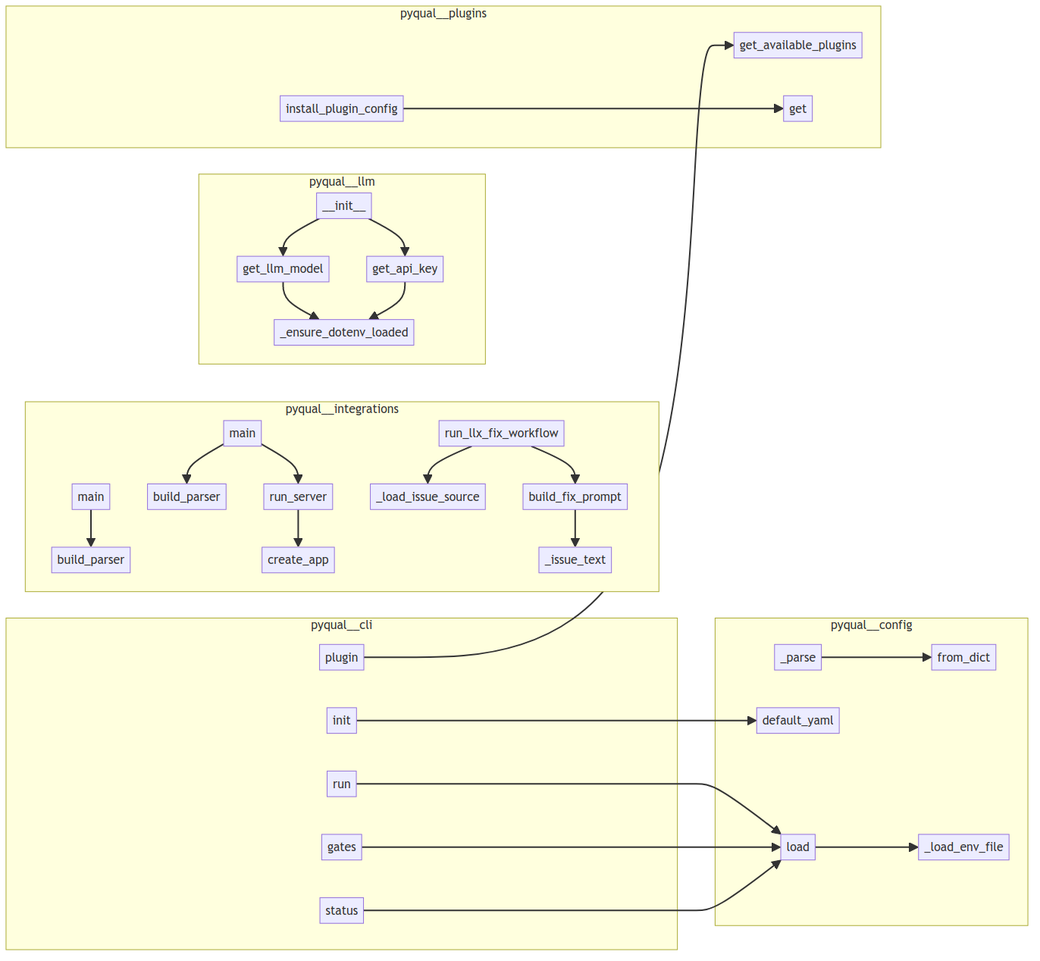
This is project/calls.png from semcod/pyqual, a Mermaid export, as it was before one commit. Its source is kept beside it as project/calls.mmd.
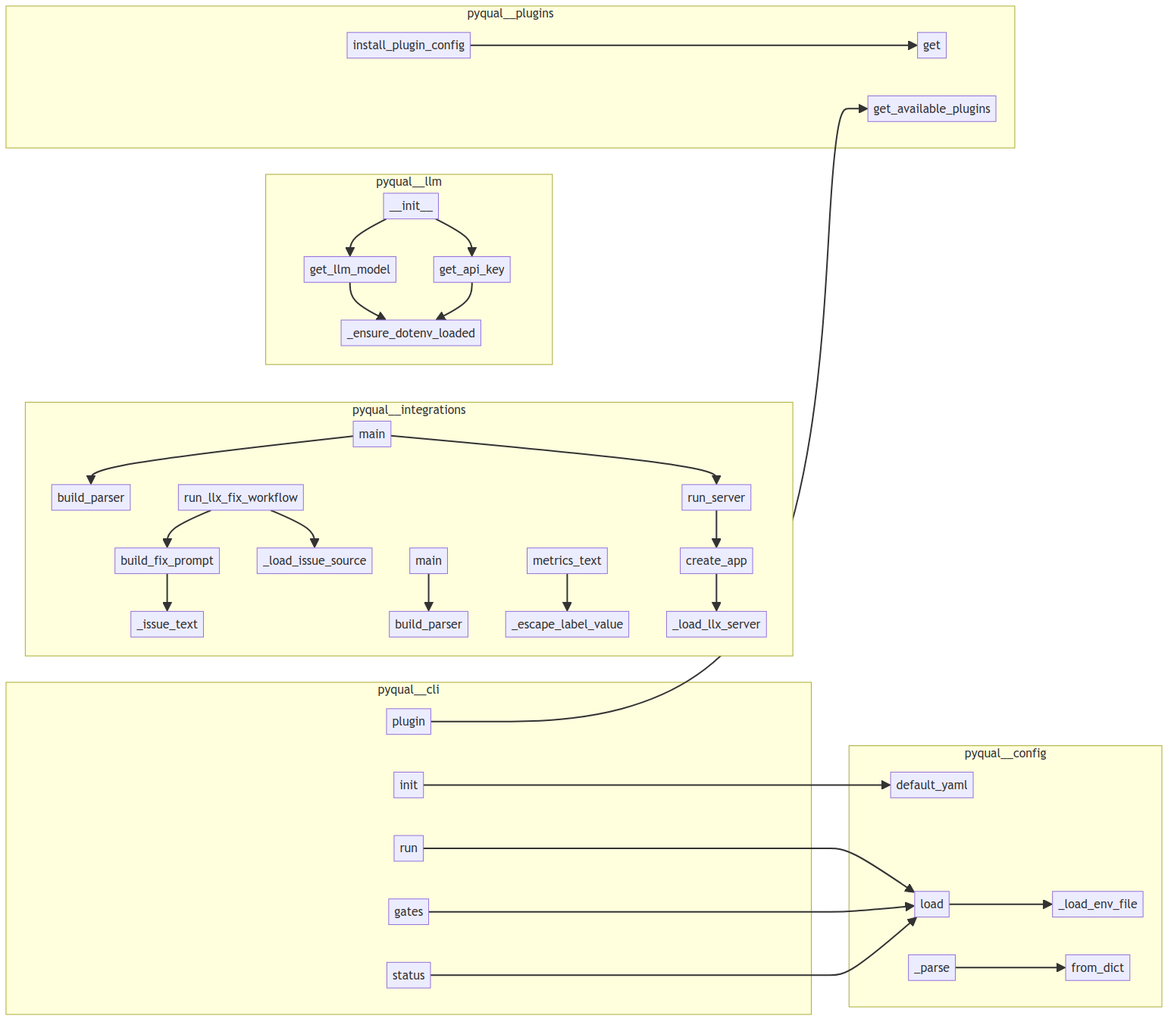
The same file after the commit.

What changed in the source:
```diff
@@ -1,57 +1,62 @@
 flowchart LR
     subgraph pyqual__cli
-        pyqual__cli__init["init"]
-        pyqual__cli__gates["gates"]
-        pyqual__cli__run["run"]
         pyqual__cli__status["status"]
         pyqual__cli__plugin["plugin"]
+        pyqual__cli__init["init"]
+        pyqual__cli__run["run"]
+        pyqual__cli__gates["gates"]
     end
     subgraph pyqual__config
+        pyqual__config___load_env_file["_load_env_file"]
+        pyqual__config__PyqualConfig__default_yaml["default_yaml"]
         pyqual__config__PyqualConfig___parse["_parse"]
-        pyqual__config__PyqualConfig__default_yaml["default_yaml"]
         pyqual__config__GateConfig__from_dict["from_dict"]
         pyqual__config__PyqualConfig__load["load"]
-        pyqual__config___load_env_file["_load_env_file"]
     end
     subgraph pyqual__integrations
+        pyqual__integrations__llx_mcp_service__build_parser["build_parser"]
+        pyqual__integrations__llx_mcp_service__create_app["create_app"]
+        pyqual__integrations__llx_mcp_service__run_server["run_server"]
+        pyqual__integrations__llx_mcp_service___load_llx_server["_load_llx_server"]
+        pyqual__integrations__llx_mcp__main["main"]
+        pyqual__integrations__llx_mcp___load_issue_source["_load_issue_source"]
+        pyqual__integrations__llx_mcp_service___escape_label_value["_escape_label_value"]
+        pyqual__integrations__llx_mcp__build_fix_prompt["build_fix_prompt"]
+        pyqual__integrations__llx_mcp_service__McpServiceState__metrics_text["metrics_text"]
+        pyqual__integrations__llx_mcp___issue_text["_issue_text"]
         pyqual__integrations__llx_mcp__build_parser["build_parser"]
         pyqual__integrations__llx_mcp__run_llx_fix_workflow["run_llx_fix_workflow"]
         pyqual__integrations__llx_mcp_service__main["main"]
-        pyqual__integrations__llx_mcp_service__build_parser["build_parser"]
-        pyqual__integrations__llx_mcp_service__create_app["create_app"]
-        pyqual__integrations__llx_mcp_service__run_server["run_server"]
-        pyqual__integrations__llx_mcp___load_issue_source["_load_issue_source"]
-        pyqual__integrations__llx_mcp___issue_text["_issue_text"]
-        pyqual__integrations__llx_mcp__build_fix_prompt["build_fix_prompt"]
-        pyqual__integrations__llx_mcp__main["main"]
     end
     subgraph pyqual__llm
-        pyqual__llm__LLM____init__["__init__"]
         pyqual__llm___ensure_dotenv_loaded["_ensure_dotenv_loaded"]
         pyqual__llm__get_api_key["get_api_key"]
+        pyqual__llm__LLM____init__["__init__"]
         pyqual__llm__get_llm_model["get_llm_model"]
     end
     subgraph pyqual__plugins
+        pyqual__plugins__PluginRegistry__get["get"]
         pyqual__plugins__install_plugin_config["install_plugin_config"]
         pyqual__plugins__get_available_plugins["get_available_plugins"]
-        pyqual__plugins__PluginRegistry__get["get"]
     end
-    pyqual__config__PyqualConfig__load --> pyqual__config___load_env_file
-    pyqual__config__PyqualConfig___parse --> pyqual__config__GateConfig__from_dict
     pyqual__llm__get_llm_model --> pyqual__llm___ensure_dotenv_loaded
     pyqual__llm__get_api_key --> pyqual__llm___ensure_dotenv_loaded
     pyqual__llm__LLM____init__ --> pyqual__llm__get_llm_model
     pyqual__llm__LLM____init__ --> pyqual__llm__get_api_key
-    pyqual__integrations__llx_mcp_service__run_server --> pyqual__integrations__llx_mcp_service__create_app
-    pyqual__integrations__llx_mcp_service__main --> pyqual__integrations__llx_mcp_service__build_parser
-    pyqual__integrations__llx_mcp_service__main --> pyqual__integrations__llx_mcp_service__run_server
-    pyqual__plugins__install_plugin_config --> pyqual__plugins__PluginRegistry__get
+    pyqual__config__PyqualConfig__load --> pyqual__config___load_env_file
+    pyqual__config__PyqualConfig___parse --> pyqual__config__GateConfig__from_dict
     pyqual__cli__init --> pyqual__config__PyqualConfig__default_yaml
     pyqual__cli__run --> pyqual__config__PyqualConfig__load
     pyqual__cli__gates --> pyqual__config__PyqualConfig__load
     pyqual__cli__status --> pyqual__config__PyqualConfig__load
     pyqual__cli__plugin --> pyqual__plugins__get_available_plugins
+    pyqual__plugins__install_plugin_config --> pyqual__plugins__PluginRegistry__get
     pyqual__integrations__llx_mcp__build_fix_prompt --> pyqual__integrations__llx_mcp___issue_text
     pyqual__integrations__llx_mcp__run_llx_fix_workflow --> pyqual__integrations__llx_mcp___load_issue_source
     pyqual__integrations__llx_mcp__run_llx_fix_workflow --> pyqual__integrations__llx_mcp__build_fix_prompt
     pyqual__integrations__llx_mcp__main --> pyqual__integrations__llx_mcp__build_parser
+    pyqual__integrations__llx_mcp_service__McpServiceState__metrics_text --> pyqual__integrations__llx_mcp_service___escape_label_value
+    pyqual__integrations__llx_mcp_service__create_app --> pyqual__integrations__llx_mcp_service___load_llx_server
+    pyqual__integrations__llx_mcp_service__run_server --> pyqual__integrations__llx_mcp_service__create_app
+    pyqual__integrations__llx_mcp_service__main --> pyqual__integrations__llx_mcp_service__build_parser
+    pyqual__integrations__llx_mcp_service__main --> pyqual__integrations__llx_mcp_service__run_server
```
